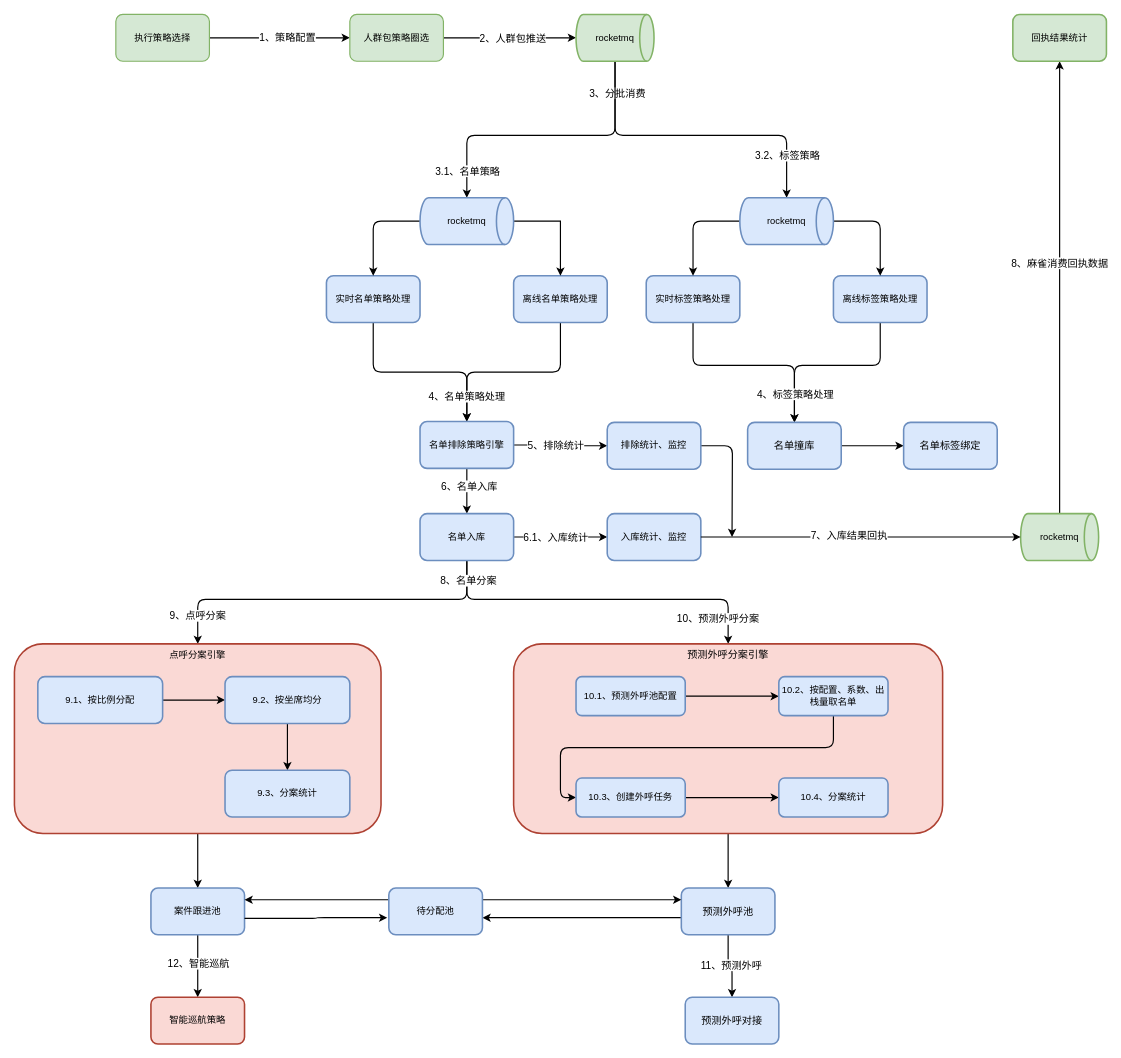
yuanlj-tea/picgo keeps this draw.io diagram as 电销系统运行架构图.drawio. Above is the earlier version. Source tidied: cells renumbered, new cells numbered last; positions are measured from the earlier drawing's top-left corner, leaving out a move shared by most shapes. Both pictures are drawn from the tidied source at 78%, with x=0, y=0 at pixel (14, 14).
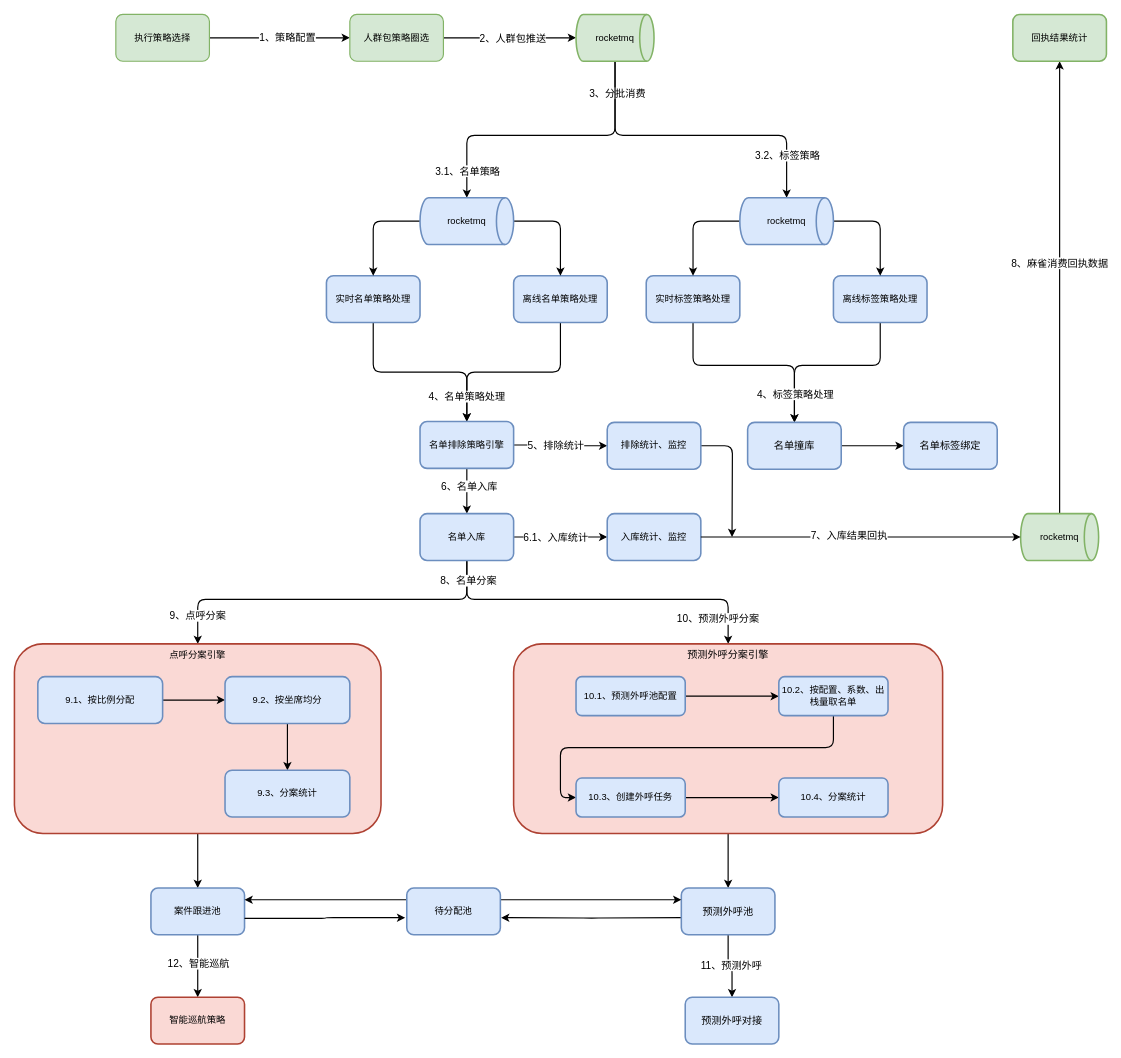
After the change.

Commit message (it also covers changes not shown here):
更新电销系统运行架构图.drawio

Unchanged cells that the change refers to:
```xml
<mxCell id="18" value="离线名单策略处理" style="whiteSpace=wrap;html=1;fillColor=#dae8fc;strokeColor=#6c8ebf;strokeWidth=2;rounded=1;" parent="1" vertex="1">
  <mxGeometry x="640" y="335" width="120" height="60" as="geometry" />
</mxCell>
```

Change to the diagram source:
```diff
@@
-    <mxCell id="22" style="edgeStyle=orthogonalEdgeStyle;shape=connector;rounded=0;jettySize=auto;html=1;entryX=0.5;entryY=0;entryDx=0;entryDy=0;labelBackgroundColor=default;strokeColor=default;strokeWidth=1.5;align=center;verticalAlign=middle;fontFamily=Helvetica;fontSize=13;fontColor=default;endArrow=classic;" parent="1" edge="1" target="18">
+    <mxCell id="22" style="edgeStyle=orthogonalEdgeStyle;shape=connector;rounded=1;jettySize=auto;html=1;entryX=0.5;entryY=0;entryDx=0;entryDy=0;labelBackgroundColor=default;strokeColor=default;strokeWidth=1.5;align=center;verticalAlign=middle;fontFamily=Helvetica;fontSize=13;fontColor=default;endArrow=classic;" parent="1" edge="1" target="18">
       <mxGeometry relative="1" as="geometry">
         <mxPoint x="640" y="265" as="sourcePoint" />
         <Array as="points">
           <mxPoint x="700" y="265" />
         </Array>
       </mxGeometry>
     </mxCell>
@@
-    <mxCell id="59" style="edgeStyle=orthogonalEdgeStyle;shape=connector;rounded=1;orthogonalLoop=1;jettySize=auto;html=1;entryX=1;entryY=0.75;entryDx=0;entryDy=0;labelBackgroundColor=default;strokeColor=default;strokeWidth=1.5;align=center;verticalAlign=middle;fontFamily=Helvetica;fontSize=13;fontColor=default;endArrow=classic;exitX=0;exitY=0.75;exitDx=0;exitDy=0;" parent="1" edge="1">
+    <mxCell id="59" style="edgeStyle=orthogonalEdgeStyle;shape=connector;rounded=1;jettySize=auto;html=1;entryX=1.008;entryY=0.633;entryDx=0;entryDy=0;labelBackgroundColor=default;strokeColor=default;strokeWidth=1.5;align=center;verticalAlign=middle;fontFamily=Helvetica;fontSize=13;fontColor=default;endArrow=classic;exitX=0;exitY=0.75;exitDx=0;exitDy=0;entryPerimeter=0;" parent="1" edge="1" target="66">
       <mxGeometry relative="1" as="geometry">
         <mxPoint x="855" y="1158" as="sourcePoint" />
-        <mxPoint x="600" y="1158" as="targetPoint" />
-        <Array as="points">
-          <mxPoint x="730" y="1158" />
-          <mxPoint x="730" y="1158" />
-        </Array>
       </mxGeometry>
     </mxCell>
@@
     <mxCell id="66" value="待分配池" style="whiteSpace=wrap;html=1;fillColor=#dae8fc;strokeColor=#6c8ebf;strokeWidth=2;rounded=1;" parent="1" vertex="1">
-      <mxGeometry x="480" y="1120" width="120" height="60" as="geometry" />
+      <mxGeometry x="503" y="1120" width="120" height="60" as="geometry" />
     </mxCell>
```
